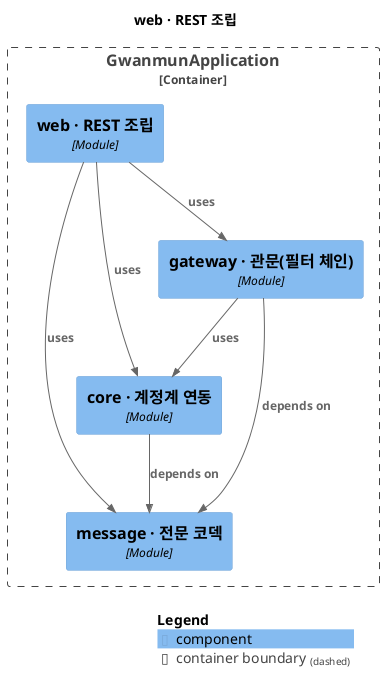
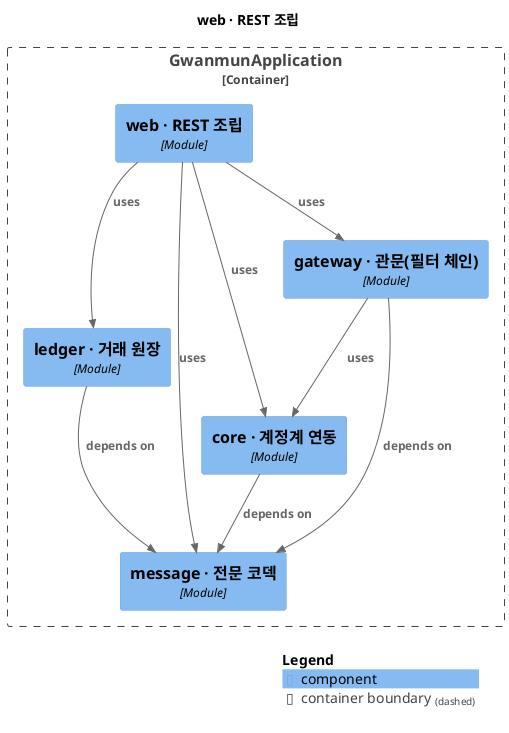
@startuml
set separator none
title web · REST 조립

top to bottom direction

!include <C4/C4>
!include <C4/C4_Context>
!include <C4/C4_Component>

Container_Boundary("GwanmunApplication.GwanmunApplication_boundary", "GwanmunApplication", $tags="") {
+   Component(GwanmunApplication.GwanmunApplication.ledger거래원장, "ledger · 거래 원장", $techn="Module", $descr="", $tags="", $link="")
  Component(GwanmunApplication.GwanmunApplication.core계정계연동, "core · 계정계 연동", $techn="Module", $descr="", $tags="", $link="")
  Component(GwanmunApplication.GwanmunApplication.webREST조립, "web · REST 조립", $techn="Module", $descr="", $tags="", $link="")
  Component(GwanmunApplication.GwanmunApplication.message전문코덱, "message · 전문 코덱", $techn="Module", $descr="", $tags="", $link="")
  Component(GwanmunApplication.GwanmunApplication.gateway관문필터체인, "gateway · 관문(필터 체인)", $techn="Module", $descr="", $tags="", $link="")
}

+ Rel(GwanmunApplication.GwanmunApplication.gateway관문필터체인, GwanmunApplication.GwanmunApplication.core계정계연동, "uses", $techn="", $tags="", $link="")
+ Rel(GwanmunApplication.GwanmunApplication.core계정계연동, GwanmunApplication.GwanmunApplication.message전문코덱, "depends on", $techn="", $tags="", $link="")
Rel(GwanmunApplication.GwanmunApplication.webREST조립, GwanmunApplication.GwanmunApplication.gateway관문필터체인, "uses", $techn="", $tags="", $link="")
+ Rel(GwanmunApplication.GwanmunApplication.webREST조립, GwanmunApplication.GwanmunApplication.ledger거래원장, "uses", $techn="", $tags="", $link="")
Rel(GwanmunApplication.GwanmunApplication.webREST조립, GwanmunApplication.GwanmunApplication.message전문코덱, "uses", $techn="", $tags="", $link="")
Rel(GwanmunApplication.GwanmunApplication.webREST조립, GwanmunApplication.GwanmunApplication.core계정계연동, "uses", $techn="", $tags="", $link="")
- Rel(GwanmunApplication.GwanmunApplication.core계정계연동, GwanmunApplication.GwanmunApplication.message전문코덱, "depends on", $techn="", $tags="", $link="")
+ Rel(GwanmunApplication.GwanmunApplication.ledger거래원장, GwanmunApplication.GwanmunApplication.message전문코덱, "depends on", $techn="", $tags="", $link="")
Rel(GwanmunApplication.GwanmunApplication.gateway관문필터체인, GwanmunApplication.GwanmunApplication.message전문코덱, "depends on", $techn="", $tags="", $link="")
- Rel(GwanmunApplication.GwanmunApplication.gateway관문필터체인, GwanmunApplication.GwanmunApplication.core계정계연동, "uses", $techn="", $tags="", $link="")

SHOW_LEGEND(true)
@enduml